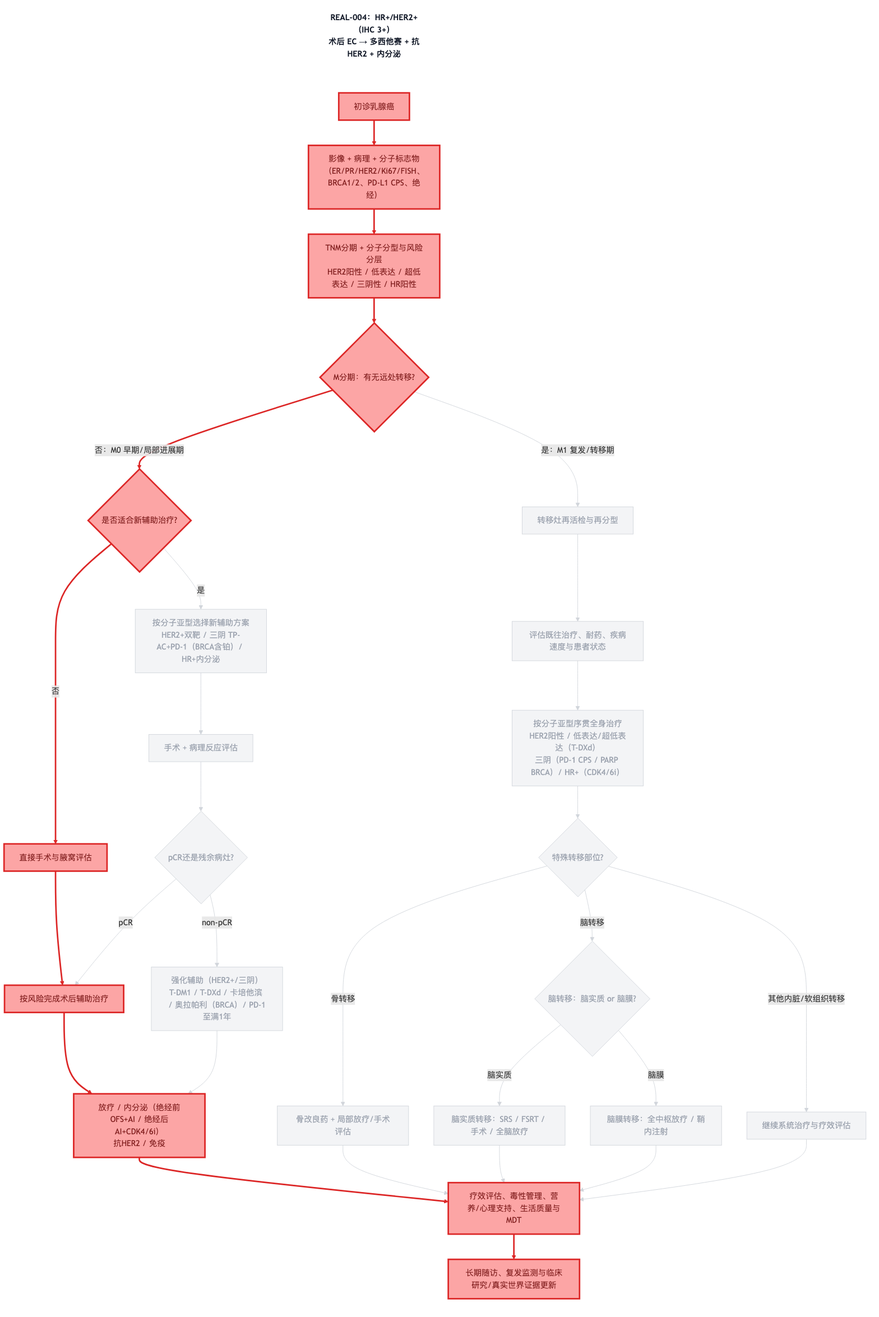
Before: diagrams/decision-chain-REAL-004.png, a diagram exported from Mermaid (dongjb741280/breast-cancer). Its source is kept beside it as diagrams/decision-chain-REAL-004.mmd. Its diagram source:
```mermaid
graph TD
    TITLE["REAL-004：HR+/HER2+（IHC 3+）<br/>术后 EC → 多西他赛 + 抗HER2 + 内分泌"]
    A[初诊乳腺癌]
    B[影像 + 病理 + 分子标志物<br/>（ER/PR/HER2/Ki67/FISH、BRCA1/2、PD-L1 CPS、绝经）]
    C[TNM分期 + 分子分型与风险分层<br/>HER2阳性 / 低表达 / 超低表达 / 三阴性 / HR阳性]
    D{M分期：有无远处转移?}
    E{是否适合新辅助治疗?}
    F[按分子亚型选择新辅助方案<br/>HER2+双靶 / 三阴 TP-AC+PD-1（BRCA含铂）/ HR+内分泌]
    G[直接手术与腋窝评估]
    H[手术 + 病理反应评估]
    I{pCR还是残余病灶?}
    J[按风险完成术后辅助治疗]
    K[强化辅助（HER2+/三阴）<br/>T-DM1 / T-DXd / 卡培他滨 / 奥拉帕利（BRCA）/ PD-1至满1年]
    L[放疗 / 内分泌（绝经前OFS+AI / 绝经后AI+CDK4/6i）<br/>抗HER2 / 免疫]
    M[转移灶再活检与再分型]
    N[评估既往治疗、耐药、疾病速度与患者状态]
    O[按分子亚型序贯全身治疗<br/>HER2阳性 / 低表达/超低表达（T-DXd）<br/>三阴（PD-1 CPS / PARP BRCA）/ HR+（CDK4/6i）]
    P{特殊转移部位?}
    Q[骨改良药 + 局部放疗/手术评估]
    R{脑转移：脑实质 or 脑膜?}
    R1[脑实质转移：SRS / FSRT / 手术 / 全脑放疗]
    R2[脑膜转移：全中枢放疗 / 鞘内注射]
    S[继续系统治疗与疗效评估]
    T[疗效评估、毒性管理、营养/心理支持、生活质量与MDT]
    U[长期随访、复发监测与临床研究/真实世界证据更新]
    A --> B
    B --> C
    C --> D
    D -->|否：M0 早期/局部进展期| E
    E -->|是| F
    E -->|否| G
    F --> H
    G --> J
    H --> I
    I -->|pCR| J
    I -->|non-pCR| K
    J --> L
    K --> L
    D -->|是：M1 复发/转移期| M
    M --> N
    N --> O
    O --> P
    P -->|骨转移| Q
    P -->|脑转移| R
    P -->|其他内脏/软组织转移| S
    R -->|脑实质| R1
    R -->|脑膜| R2
    L --> T
    Q --> T
    R1 --> T
    R2 --> T
    S --> T
    T --> U
    TITLE ~~~ A
    classDef path fill:#fca5a5,stroke:#dc2626,color:#7f1d1d,stroke-width:3px;
    classDef dim fill:#f3f4f6,stroke:#d1d5db,color:#9ca3af,stroke-width:1px;
    classDef caption fill:#fff,stroke:none,color:#111827,font-weight:bold;
    class TITLE caption;
    class A path;
    class B path;
    class C path;
    class D path;
    class E path;
    class F dim;
    class G path;
    class H dim;
    class I dim;
    class J path;
    class K dim;
    class L path;
    class M dim;
    class N dim;
    class O dim;
    class P dim;
    class Q dim;
    class R dim;
    class R1 dim;
    class R2 dim;
    class S dim;
    class T path;
    class U path;
    linkStyle 0 stroke:#dc2626,stroke-width:3px;
    linkStyle 1 stroke:#dc2626,stroke-width:3px;
    linkStyle 2 stroke:#dc2626,stroke-width:3px;
    linkStyle 3 stroke:#dc2626,stroke-width:3px;
    linkStyle 4 stroke:#d1d5db,stroke-width:1px;
    linkStyle 5 stroke:#dc2626,stroke-width:3px;
    linkStyle 6 stroke:#d1d5db,stroke-width:1px;
    linkStyle 7 stroke:#dc2626,stroke-width:3px;
    linkStyle 8 stroke:#d1d5db,stroke-width:1px;
    linkStyle 9 stroke:#d1d5db,stroke-width:1px;
    linkStyle 10 stroke:#d1d5db,stroke-width:1px;
    linkStyle 11 stroke:#dc2626,stroke-width:3px;
    linkStyle 12 stroke:#d1d5db,stroke-width:1px;
    linkStyle 13 stroke:#d1d5db,stroke-width:1px;
    linkStyle 14 stroke:#d1d5db,stroke-width:1px;
    linkStyle 15 stroke:#d1d5db,stroke-width:1px;
    linkStyle 16 stroke:#d1d5db,stroke-width:1px;
    linkStyle 17 stroke:#d1d5db,stroke-width:1px;
    linkStyle 18 stroke:#d1d5db,stroke-width:1px;
    linkStyle 19 stroke:#d1d5db,stroke-width:1px;
    linkStyle 20 stroke:#d1d5db,stroke-width:1px;
    linkStyle 21 stroke:#d1d5db,stroke-width:1px;
    linkStyle 22 stroke:#dc2626,stroke-width:3px;
    linkStyle 23 stroke:#d1d5db,stroke-width:1px;
    linkStyle 24 stroke:#d1d5db,stroke-width:1px;
    linkStyle 25 stroke:#d1d5db,stroke-width:1px;
    linkStyle 26 stroke:#d1d5db,stroke-width:1px;
    linkStyle 27 stroke:#dc2626,stroke-width:3px;
```
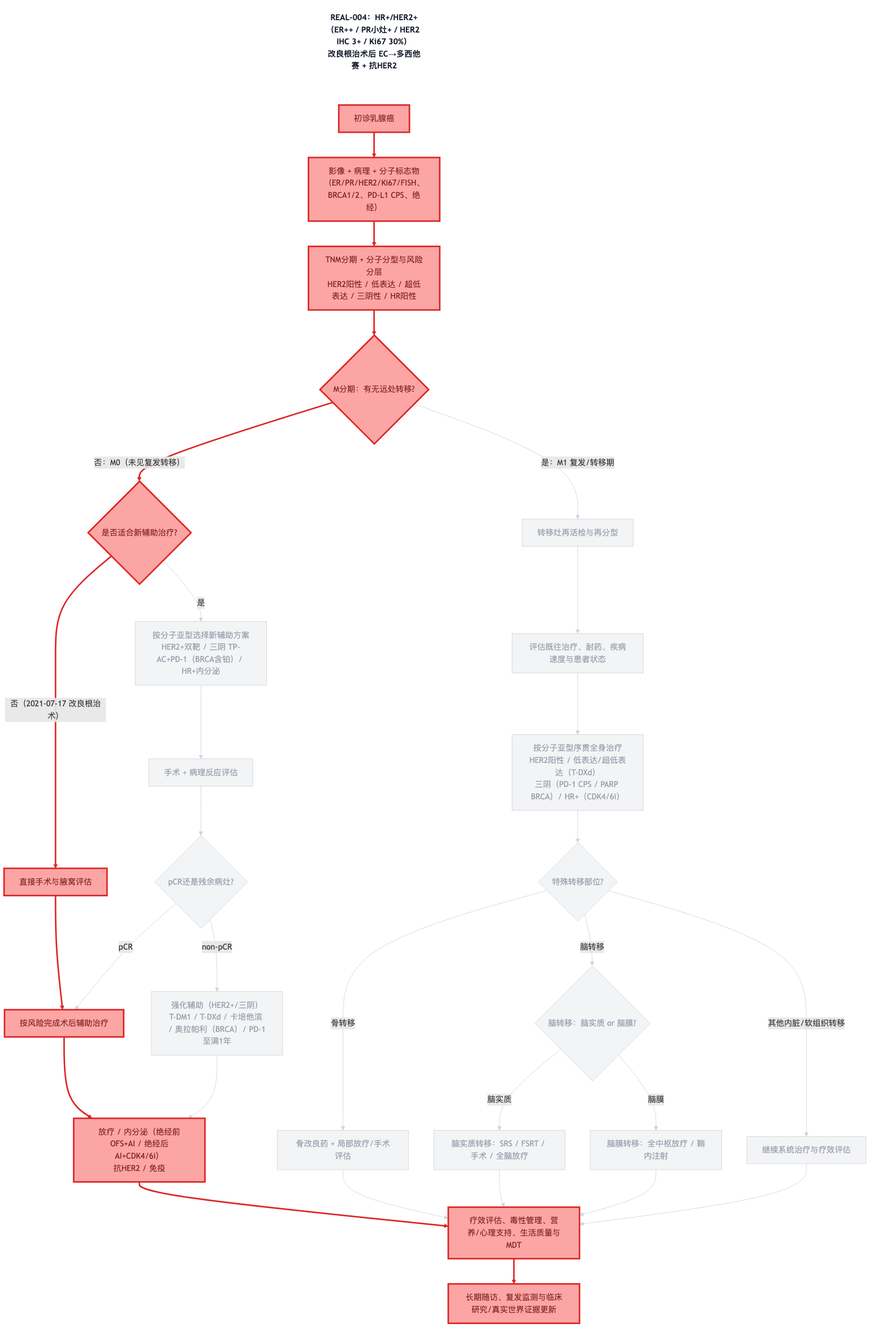
Above is the later version.

Diff of the diagram source:
```diff
@@ -1,5 +1,5 @@
 graph TD
-    TITLE["REAL-004：HR+/HER2+（IHC 3+）<br/>术后 EC → 多西他赛 + 抗HER2 + 内分泌"]
+    TITLE["REAL-004：HR+/HER2+（ER++ / PR小灶+ / HER2 IHC 3+ / Ki67 30%）<br/>改良根治术后 EC→多西他赛 + 抗HER2"]
     A[初诊乳腺癌]
     B[影像 + 病理 + 分子标志物<br/>（ER/PR/HER2/Ki67/FISH、BRCA1/2、PD-L1 CPS、绝经）]
     C[TNM分期 + 分子分型与风险分层<br/>HER2阳性 / 低表达 / 超低表达 / 三阴性 / HR阳性]
@@ -26,9 +26,9 @@
     A --> B
     B --> C
     C --> D
-    D -->|否：M0 早期/局部进展期| E
+    D -->|否：M0（未见复发转移）| E
     E -->|是| F
-    E -->|否| G
+    E -->|否（2021-07-17 改良根治术）| G
     F --> H
     G --> J
     H --> I
```
